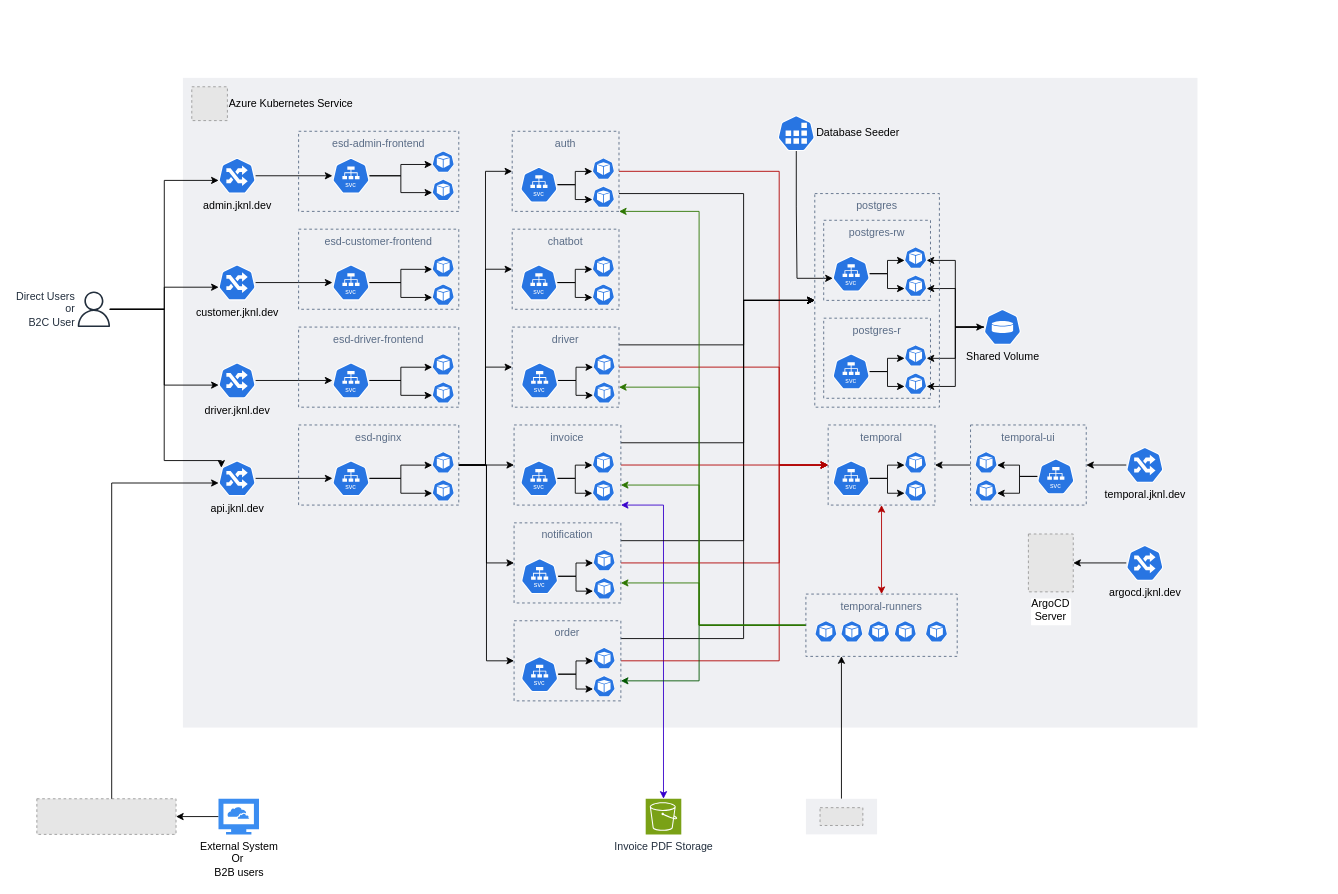
darkliyznyanlin910/esd-2425T2 keeps this draw.io diagram as diagrams/kubernetes.drawio. Above is the earlier version. Source tidied: cells renumbered, new cells numbered last; positions are measured from the earlier drawing's top-left corner, leaving out a move shared by most shapes. Both pictures are drawn from the tidied source at 89%, with x=0, y=0 at pixel (36, 77). Pictures stored in the file or linked from it are replaced by grey dashed boxes.
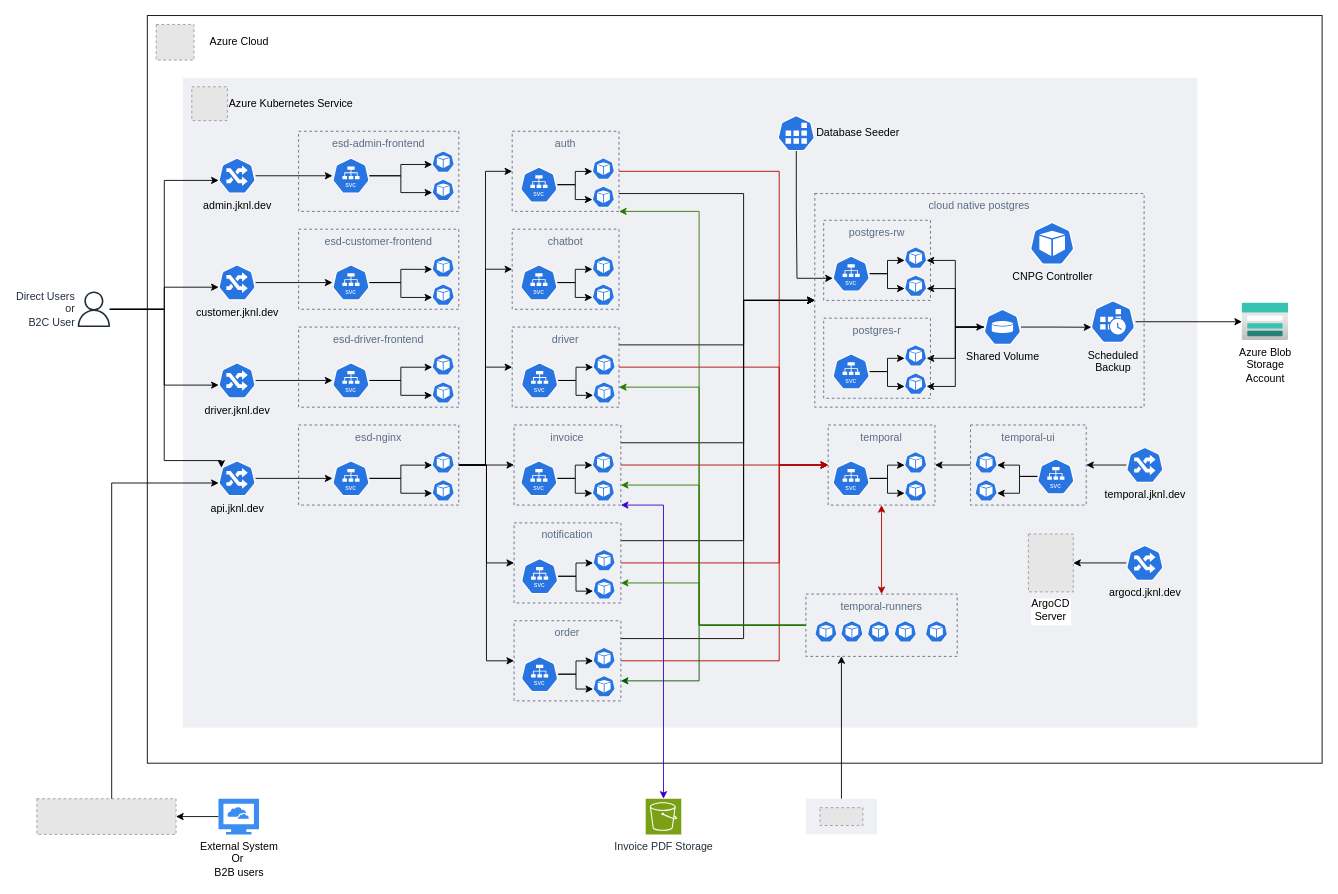
Above is the later version.

Unchanged cells that the change refers to:
```xml
<mxCell id="127" value="Shared Volume" style="sketch=0;html=1;dashed=0;whitespace=wrap;verticalLabelPosition=bottom;verticalAlign=top;fillColor=#2875E2;strokeColor=#ffffff;points=[[0.005,0.63,0],[0.1,0.2,0],[0.9,0.2,0],[0.5,0,0],[0.995,0.63,0],[0.72,0.99,0],[0.5,1,0],[0.28,0.99,0]];shape=mxgraph.kubernetes.icon2;prIcon=pv;" parent="17" vertex="1">
  <mxGeometry x="1064" y="260" width="41.7" height="40" as="geometry" />
</mxCell>
```

Diff of the diagram source:
```diff
@@
+    <mxCell id="180" style="rounded=0;whiteSpace=wrap;html=1;" parent="1" vertex="1">
+      <mxGeometry x="124" y="-70" width="1320" height="840" as="geometry" />
+    </mxCell>
@@
+    <mxCell id="181" style="edgeStyle=orthogonalEdgeStyle;rounded=0;orthogonalLoop=1;jettySize=auto;html=1;" parent="1" edge="1">
+      <mxGeometry relative="1" as="geometry">
+        <mxPoint x="1234.4" y="274" as="sourcePoint" />
+        <mxPoint x="1354" y="274" as="targetPoint" />
+      </mxGeometry>
+    </mxCell>
+    <mxCell id="182" style="edgeStyle=orthogonalEdgeStyle;rounded=0;jettySize=auto;html=1;entryX=0.005;entryY=0.63;entryDx=0;entryDy=0;entryPerimeter=0;" parent="1" edge="1" source="127">
+      <mxGeometry relative="1" as="geometry">
+        <mxPoint x="1184.7" y="280.2" as="targetPoint" />
+      </mxGeometry>
+    </mxCell>
+    <mxCell id="183" style="fillColor=#E6E6E6;strokeColor=#999999;dashed=1;verticalLabelPosition=bottom;labelBackgroundColor=default;verticalAlign=top;" parent="1" vertex="1">
+      <mxGeometry x="134" y="-60" width="42.5" height="40" as="geometry" />
+    </mxCell>
+    <mxCell id="184" value="Azure Cloud" style="text;html=1;align=center;verticalAlign=middle;strokeColor=none;fillColor=none;" parent="1" vertex="1">
+      <mxGeometry x="181.7" y="-55" width="90" height="30" as="geometry" />
+    </mxCell>
@@
+    <mxCell id="185" value="Azure Blob&lt;div&gt;Storage&lt;/div&gt;&lt;div&gt;Account&lt;/div&gt;" style="image;html=1;align=center;fontSize=12;image=img/lib/azure2/storage/Storage_Accounts.svg;" parent="17" vertex="1">
+      <mxGeometry x="1354" y="253" width="52.5" height="42" as="geometry" />
+    </mxCell>
+    <mxCell id="186" value="Scheduled&lt;div&gt;Backup&lt;/div&gt;" style="sketch=0;html=1;dashed=0;whitespace=wrap;verticalLabelPosition=bottom;verticalAlign=top;fillColor=#2875E2;strokeColor=#ffffff;shape=mxgraph.kubernetes.icon2;prIcon=cronjob;" parent="17" vertex="1">
+      <mxGeometry x="1184" y="250" width="50" height="48" as="geometry" />
+    </mxCell>
+    <mxCell id="187" value="CNPG Controller" style="sketch=0;html=1;dashed=0;whitespace=wrap;verticalLabelPosition=bottom;verticalAlign=top;fillColor=#2875E2;strokeColor=#ffffff;shape=mxgraph.kubernetes.icon2;prIcon=pod;" parent="17" vertex="1">
+      <mxGeometry x="1115.7" y="162" width="50" height="48" as="geometry" />
+    </mxCell>
@@
-    <mxCell id="141" value="postgres" style="fillColor=none;strokeColor=#5A6C86;dashed=1;verticalAlign=top;fontStyle=0;fontColor=#5A6C86;whiteSpace=wrap;html=1;" parent="140" vertex="1">
-      <mxGeometry x="874" y="130" width="140" height="240" as="geometry" />
+    <mxCell id="141" value="cloud native postgres" style="fillColor=none;strokeColor=#5A6C86;dashed=1;verticalAlign=top;fontStyle=0;fontColor=#5A6C86;whiteSpace=wrap;html=1;" parent="140" vertex="1">
+      <mxGeometry x="874" y="130" width="370" height="240" as="geometry" />
     </mxCell>
```
